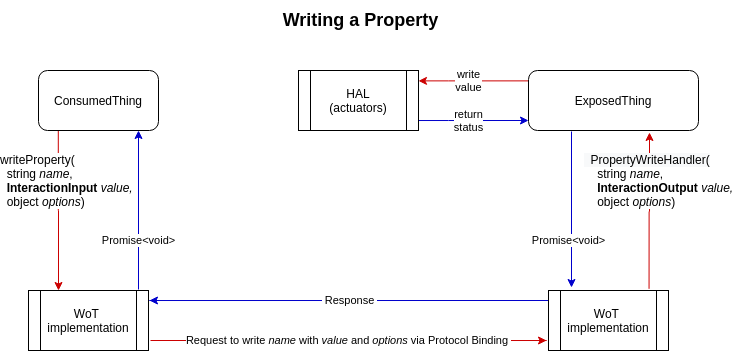
Above: images/scripting-write-data.png in w3c/wot-scripting-api (draw.io), before the change. Source tidied: cells renumbered, new cells last; positions are measured from the earlier drawing's top-left corner, leaving out a move shared by most shapes.
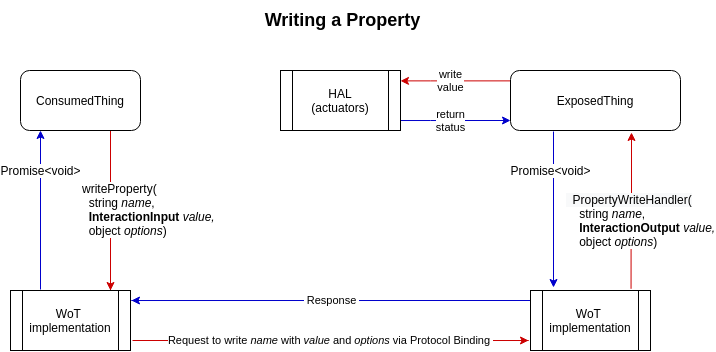
After the change.

What changed in the source:
```diff
@@ -2,8 +2,13 @@
   <root>
     <mxCell id="0" />
     <mxCell id="1" parent="0" />
-    <mxCell id="2" value="&lt;font style=&quot;font-size: 12px&quot;&gt;writeProperty(&lt;br&gt;&amp;nbsp; string &lt;i&gt;name&lt;/i&gt;, &lt;br&gt;&lt;b&gt;&amp;nbsp; InteractionInput&amp;nbsp;&lt;/b&gt;&lt;i&gt;value,&lt;br&gt;&lt;/i&gt;&amp;nbsp; object &lt;i&gt;options&lt;/i&gt;)&lt;/font&gt;" style="edgeStyle=orthogonalEdgeStyle;rounded=0;jettySize=auto;html=1;exitX=0.165;exitY=0.99;exitDx=0;exitDy=0;strokeColor=#CC0000;entryX=0.25;entryY=0;entryDx=0;entryDy=0;align=left;exitPerimeter=0;" parent="1" edge="1" source="3" target="6">
-      <mxGeometry x="-0.37" y="-60" relative="1" as="geometry" />
+    <mxCell id="2" value="&lt;font style=&quot;font-size: 12px&quot;&gt;writeProperty(&lt;br&gt;&amp;nbsp; string &lt;i&gt;name&lt;/i&gt;, &lt;br&gt;&lt;b&gt;&amp;nbsp; InteractionInput&amp;nbsp;&lt;/b&gt;&lt;i&gt;value,&lt;br&gt;&lt;/i&gt;&amp;nbsp; object &lt;i&gt;options&lt;/i&gt;)&lt;/font&gt;" style="edgeStyle=orthogonalEdgeStyle;rounded=0;jettySize=auto;html=1;exitX=0.75;exitY=1;exitDx=0;exitDy=0;strokeColor=#CC0000;align=left;" parent="1" edge="1" source="3" target="6">
+      <mxGeometry x="-0.01" y="-30" relative="1" as="geometry">
+        <Array as="points">
+          <mxPoint x="100" y="290" />
+          <mxPoint x="100" y="290" />
+        </Array>
+      </mxGeometry>
     </mxCell>
     <mxCell id="3" value="ConsumedThing" style="rounded=1;whiteSpace=wrap;html=1;" parent="1" vertex="1">
       <mxGeometry x="10" y="70" width="120" height="60" as="geometry" />
@@ -18,13 +23,13 @@
         </Array>
       </mxGeometry>
     </mxCell>
-    <mxCell id="5" value="Promise&amp;lt;void&amp;gt;" style="edgeStyle=orthogonalEdgeStyle;rounded=0;orthogonalLoop=1;jettySize=auto;html=1;strokeColor=#0000CC;" parent="1" edge="1">
-      <mxGeometry x="-0.38" relative="1" as="geometry">
-        <mxPoint x="110" y="289" as="sourcePoint" />
-        <mxPoint x="110" y="130" as="targetPoint" />
+    <mxCell id="5" value="&lt;font style=&quot;font-size: 12px&quot;&gt;Promise&amp;lt;void&amp;gt;&lt;/font&gt;" style="edgeStyle=orthogonalEdgeStyle;rounded=0;orthogonalLoop=1;jettySize=auto;html=1;strokeColor=#0000CC;" parent="1" edge="1">
+      <mxGeometry x="0.5" relative="1" as="geometry">
+        <mxPoint x="30" y="289" as="sourcePoint" />
+        <mxPoint x="30" y="130" as="targetPoint" />
         <Array as="points">
-          <mxPoint x="110" y="289" />
-          <mxPoint x="110" y="30" />
+          <mxPoint x="30" y="289" />
+          <mxPoint x="30" y="30" />
         </Array>
       </mxGeometry>
     </mxCell>
@@ -32,8 +37,9 @@
       <mxGeometry y="290" width="120" height="60" as="geometry" />
     </mxCell>
     <mxCell id="7" value="&lt;div style=&quot;text-align: left&quot;&gt;&lt;span style=&quot;background-color: rgb(248 , 249 , 250) ; font-size: 12px&quot;&gt;&amp;nbsp; PropertyWriteHandler(&lt;/span&gt;&lt;/div&gt;&lt;span style=&quot;font-size: 12px ; background-color: rgb(248 , 249 , 250)&quot;&gt;&lt;div style=&quot;text-align: left&quot;&gt;&amp;nbsp; &amp;nbsp; string&amp;nbsp;&lt;i&gt;name&lt;/i&gt;,&lt;/div&gt;&lt;/span&gt;&lt;b style=&quot;font-size: 12px ; background-color: rgb(248 , 249 , 250)&quot;&gt;&lt;div style=&quot;text-align: left&quot;&gt;&lt;b&gt;&amp;nbsp; &amp;nbsp; InteractionOutput&lt;/b&gt;&lt;span style=&quot;font-weight: normal&quot;&gt;&amp;nbsp;&lt;/span&gt;&lt;i style=&quot;font-weight: normal&quot;&gt;value,&lt;/i&gt;&lt;/div&gt;&lt;/b&gt;&lt;span style=&quot;font-size: 12px ; background-color: rgb(248 , 249 , 250)&quot;&gt;&lt;div style=&quot;text-align: left&quot;&gt;&amp;nbsp; &amp;nbsp; object&amp;nbsp;&lt;i&gt;options&lt;/i&gt;)&lt;/div&gt;&lt;/span&gt;" style="edgeStyle=orthogonalEdgeStyle;rounded=0;jettySize=auto;html=1;exitX=0.838;exitY=-0.028;exitDx=0;exitDy=0;strokeColor=#CC0000;exitPerimeter=0;" parent="1" edge="1" source="9">
-      <mxGeometry x="0.39" y="-9" relative="1" as="geometry">
+      <mxGeometry x="-0.01" y="-13" relative="1" as="geometry">
         <mxPoint x="621" y="132" as="targetPoint" />
+        <mxPoint x="-4" y="9" as="offset" />
       </mxGeometry>
     </mxCell>
     <mxCell id="8" value="&amp;nbsp;Response&amp;nbsp;" style="edgeStyle=orthogonalEdgeStyle;rounded=0;orthogonalLoop=1;jettySize=auto;html=1;strokeColor=#0000CC;" parent="1" edge="1">
@@ -78,9 +84,9 @@
         <mxPoint x="543" y="287" as="targetPoint" />
       </mxGeometry>
     </mxCell>
-    <mxCell id="15" value="Promise&amp;lt;void&amp;gt;" style="edgeLabel;html=1;align=center;verticalAlign=middle;" parent="14" vertex="1">
+    <mxCell id="15" value="&lt;font style=&quot;font-size: 12px&quot;&gt;Promise&amp;lt;void&amp;gt;&lt;/font&gt;" style="edgeLabel;html=1;align=center;verticalAlign=middle;" parent="14" vertex="1">
       <mxGeometry x="-0.7" relative="1" as="geometry">
-        <mxPoint x="-3" y="85.5" as="offset" />
+        <mxPoint x="-3" y="15.5" as="offset" />
       </mxGeometry>
     </mxCell>
     <mxCell id="16" value="&lt;font style=&quot;font-size: 18px&quot;&gt;&lt;b&gt;&amp;nbsp;Writing a Property&lt;/b&gt;&lt;/font&gt;" style="text;html=1;strokeColor=none;fillColor=none;align=center;verticalAlign=middle;whiteSpace=wrap;rounded=0;" parent="1" vertex="1">
```
